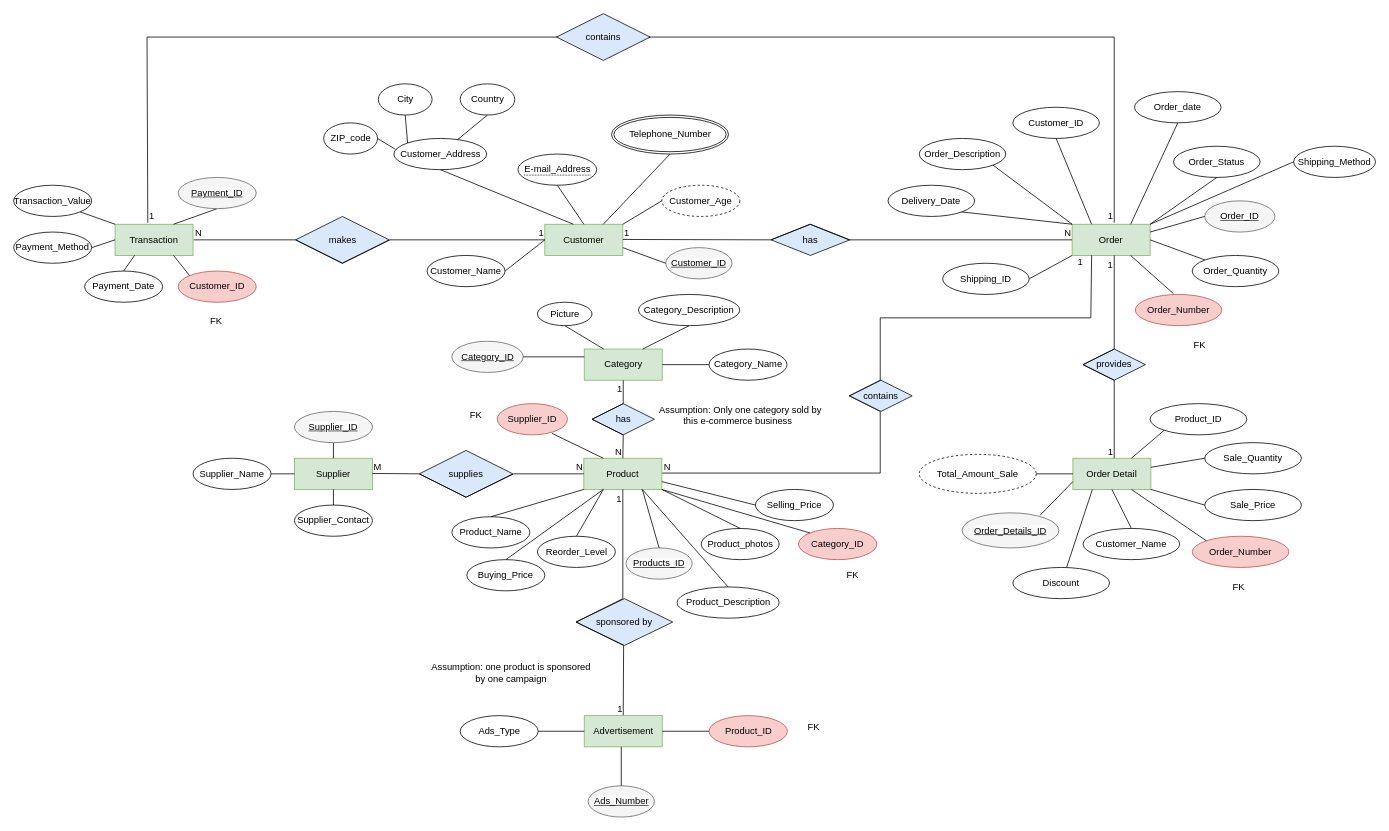
Before: E_R_Diagram/Amornrat_ER.drawio in diego-karsa/Data-Management-Group-15, a draw.io diagram. Source tidied: cells renumbered, new cells numbered last; positions are measured from the earlier drawing's top-left corner, leaving out a move shared by most shapes. Both pictures are drawn from the tidied source at 78%, with x=0, y=0 at pixel (13, 13).
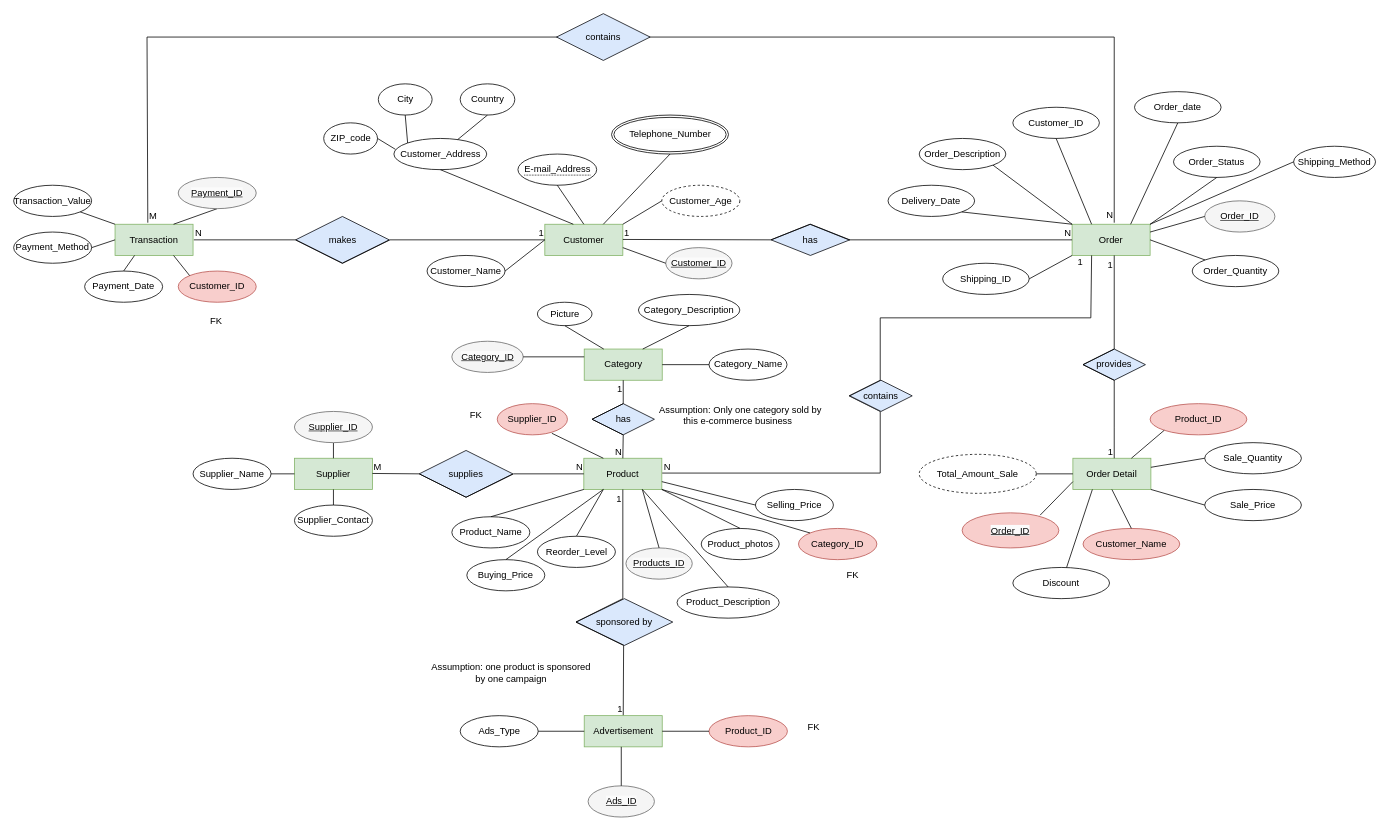
The same diagram, later.

Unchanged cells that the change refers to:
```xml
<mxCell id="4" value="Order" style="whiteSpace=wrap;html=1;align=center;points=[[0,0,0,0,0],[0,0.25,0,0,0],[0,0.5,0,0,0],[0,0.75,0,0,0],[0,1,0,0,0],[0.25,0,0,0,0],[0.25,1,0,0,0],[0.5,0,0,0,0],[0.5,1,0,0,0],[0.75,0,0,0,0],[0.75,1,0,0,0],[1,0,0,0,0],[1,0.25,0,0,0],[1,0.5,0,0,0],[1,0.75,0,0,0],[1,1,0,0,0]];fillColor=#d5e8d4;strokeColor=#82b366;" parent="1" vertex="1">
  <mxGeometry x="1357" y="270" width="100" height="40" as="geometry" />
</mxCell>
<mxCell id="5" value="Order Detail" style="whiteSpace=wrap;html=1;align=center;fillColor=#d5e8d4;strokeColor=#82b366;" parent="1" vertex="1">
  <mxGeometry x="1358" y="570" width="100" height="40" as="geometry" />
</mxCell>
<mxCell id="136" style="endArrow=none;html=1;rounded=0;exitX=0.42;exitY=-0.05;exitDx=0;exitDy=0;exitPerimeter=0;" parent="1" edge="1" source="114">
  <mxGeometry relative="1" as="geometry">
    <mxPoint x="1411" y="268" as="targetPoint" />
    <Array as="points">
      <mxPoint x="171" y="30" />
      <mxPoint x="1411" y="30" />
    </Array>
  </mxGeometry>
</mxCell>
```

The edit, as a diff of the source:
```diff
@@
-    <mxCell id="78" value="&lt;span style=&quot;color: rgb(0, 0, 0); font-family: Helvetica; font-size: 12px; font-style: normal; font-variant-ligatures: normal; font-variant-caps: normal; font-weight: 400; letter-spacing: normal; orphans: 2; text-align: center; text-indent: 0px; text-transform: none; widows: 2; word-spacing: 0px; -webkit-text-stroke-width: 0px; background-color: rgb(251, 251, 251); text-decoration-thickness: initial; text-decoration-style: initial; text-decoration-color: initial; float: none; display: inline !important;&quot;&gt;Order_Details_ID&lt;/span&gt;" style="ellipse;whiteSpace=wrap;html=1;align=center;fontStyle=4;fillColor=#f5f5f5;fontColor=#333333;strokeColor=#666666;" parent="1" vertex="1">
+    <mxCell id="78" value="&lt;span style=&quot;color: rgb(0, 0, 0); font-family: Helvetica; font-size: 12px; font-style: normal; font-variant-ligatures: normal; font-variant-caps: normal; font-weight: 400; letter-spacing: normal; orphans: 2; text-align: center; text-indent: 0px; text-transform: none; widows: 2; word-spacing: 0px; -webkit-text-stroke-width: 0px; background-color: rgb(251, 251, 251); text-decoration-thickness: initial; text-decoration-style: initial; text-decoration-color: initial; float: none; display: inline !important;&quot;&gt;Order_ID&lt;/span&gt;" style="ellipse;whiteSpace=wrap;html=1;align=center;fontStyle=4;fillColor=#f8cecc;strokeColor=#b85450;" parent="1" vertex="1">
       <mxGeometry x="1216" y="640" width="124" height="45" as="geometry" />
     </mxCell>
@@
-    <mxCell id="81" value="Customer_Name" style="ellipse;whiteSpace=wrap;html=1;align=center;" parent="1" vertex="1">
+    <mxCell id="81" value="Customer_Name" style="ellipse;whiteSpace=wrap;html=1;align=center;fillColor=#f8cecc;strokeColor=#b85450;" parent="1" vertex="1">
       <mxGeometry x="1371" y="660" width="124" height="40" as="geometry" />
     </mxCell>
@@
-    <mxCell id="88" value="Order_Number" style="ellipse;whiteSpace=wrap;html=1;align=center;fillColor=#f8cecc;strokeColor=#b85450;" parent="1" vertex="1">
-      <mxGeometry x="1511" y="670" width="124" height="40" as="geometry" />
-    </mxCell>
@@
-    <mxCell id="91" value="Product_ID" style="ellipse;whiteSpace=wrap;html=1;align=center;" parent="1" vertex="1">
+    <mxCell id="91" value="Product_ID" style="ellipse;whiteSpace=wrap;html=1;align=center;fillColor=#f8cecc;strokeColor=#b85450;" parent="1" vertex="1">
       <mxGeometry x="1457" y="500" width="124" height="40" as="geometry" />
     </mxCell>
@@
-    <mxCell id="97" value="Order_Number" style="ellipse;whiteSpace=wrap;html=1;align=center;fillColor=#f8cecc;strokeColor=#b85450;" parent="1" vertex="1">
-      <mxGeometry x="1438" y="360" width="111" height="40" as="geometry" />
-    </mxCell>
-    <mxCell id="98" style="endArrow=none;html=1;rounded=0;exitX=0.441;exitY=-0.025;exitDx=0;exitDy=0;entryX=0.75;entryY=1;entryDx=0;entryDy=0;entryPerimeter=0;exitPerimeter=0;" parent="1" edge="1" source="97" target="4">
-      <mxGeometry relative="1" as="geometry" />
-    </mxCell>
-    <mxCell id="99" style="endArrow=none;html=1;rounded=0;exitX=0;exitY=0;exitDx=0;exitDy=0;entryX=0.75;entryY=1;entryDx=0;entryDy=0;" parent="1" edge="1" source="88" target="5">
-      <mxGeometry relative="1" as="geometry" />
-    </mxCell>
@@
-    <mxCell id="130" value="FK&amp;nbsp;" style="text;html=1;align=center;verticalAlign=middle;whiteSpace=wrap;rounded=0;" parent="1" vertex="1">
-      <mxGeometry x="1487" y="410" width="71" height="30" as="geometry" />
-    </mxCell>
-    <mxCell id="131" value="FK&amp;nbsp;" style="text;html=1;align=center;verticalAlign=middle;whiteSpace=wrap;rounded=0;" parent="1" vertex="1">
-      <mxGeometry x="1536.5" y="720" width="71" height="30" as="geometry" />
-    </mxCell>
@@
-    <mxCell id="137" value="1" style="html=1;whiteSpace=wrap;align=left;verticalAlign=bottom;" parent="136" vertex="1">
+    <mxCell id="137" value="M" style="html=1;whiteSpace=wrap;align=left;verticalAlign=bottom;" parent="136" vertex="1">
       <mxGeometry x="-1" relative="1" as="geometry" />
     </mxCell>
-    <mxCell id="138" value="1" style="html=1;whiteSpace=wrap;align=right;verticalAlign=bottom;" parent="136" vertex="1">
-      <mxGeometry x="1" relative="1" as="geometry" />
+    <mxCell id="138" value="N" style="html=1;whiteSpace=wrap;align=right;verticalAlign=bottom;" parent="136" vertex="1">
+      <mxGeometry x="1" relative="1" as="geometry">
+        <mxPoint y="-1" as="offset" />
+      </mxGeometry>
     </mxCell>
@@
-    <mxCell id="150" value="&lt;span style=&quot;color: rgb(0, 0, 0); font-family: Helvetica; font-size: 12px; font-style: normal; font-variant-ligatures: normal; font-variant-caps: normal; font-weight: 400; letter-spacing: normal; orphans: 2; text-align: center; text-indent: 0px; text-transform: none; widows: 2; word-spacing: 0px; -webkit-text-stroke-width: 0px; background-color: rgb(251, 251, 251); text-decoration-thickness: initial; text-decoration-style: initial; text-decoration-color: initial; float: none; display: inline !important;&quot;&gt;Ads_Number&lt;/span&gt;" style="ellipse;whiteSpace=wrap;html=1;align=center;fontStyle=4;fillColor=#f5f5f5;fontColor=#333333;strokeColor=#666666;" parent="1" vertex="1">
+    <mxCell id="150" value="&lt;span style=&quot;color: rgb(0, 0, 0); font-family: Helvetica; font-size: 12px; font-style: normal; font-variant-ligatures: normal; font-variant-caps: normal; font-weight: 400; letter-spacing: normal; orphans: 2; text-align: center; text-indent: 0px; text-transform: none; widows: 2; word-spacing: 0px; -webkit-text-stroke-width: 0px; background-color: rgb(251, 251, 251); text-decoration-thickness: initial; text-decoration-style: initial; text-decoration-color: initial; float: none; display: inline !important;&quot;&gt;Ads_ID&lt;/span&gt;" style="ellipse;whiteSpace=wrap;html=1;align=center;fontStyle=4;fillColor=#f5f5f5;fontColor=#333333;strokeColor=#666666;" parent="1" vertex="1">
       <mxGeometry x="736.5" y="990" width="85" height="40" as="geometry" />
     </mxCell>
```
